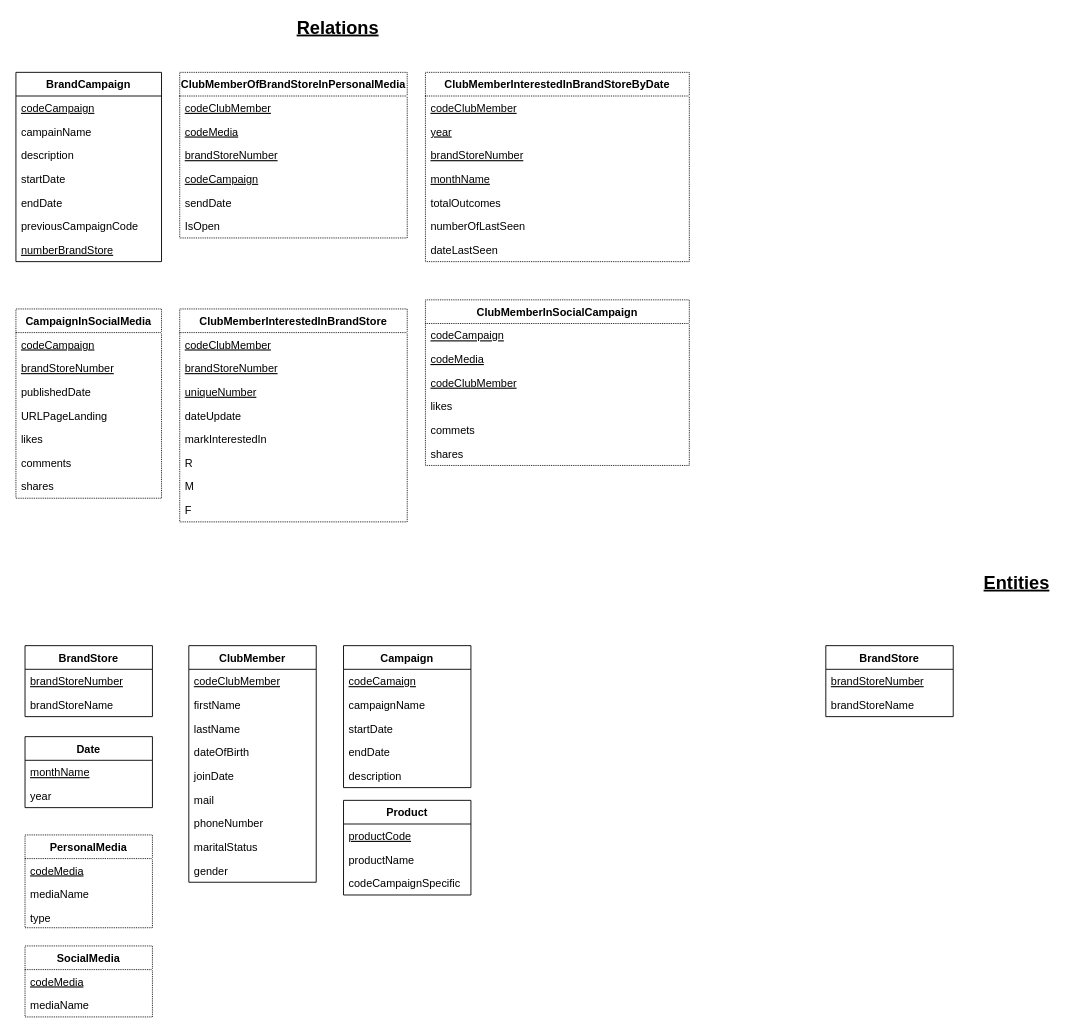
Before: תרגיל בית 1 עד ה18.11/Tables_HW1.drawio in Kfir-G/DataBases-ERD_diagrams, a draw.io diagram. Source tidied: cells renumbered, new cells numbered last; positions are measured from the earlier drawing's top-left corner, leaving out a move shared by most shapes. Both pictures are drawn from the tidied source at 91%, with x=0, y=0 at pixel (15, 17).
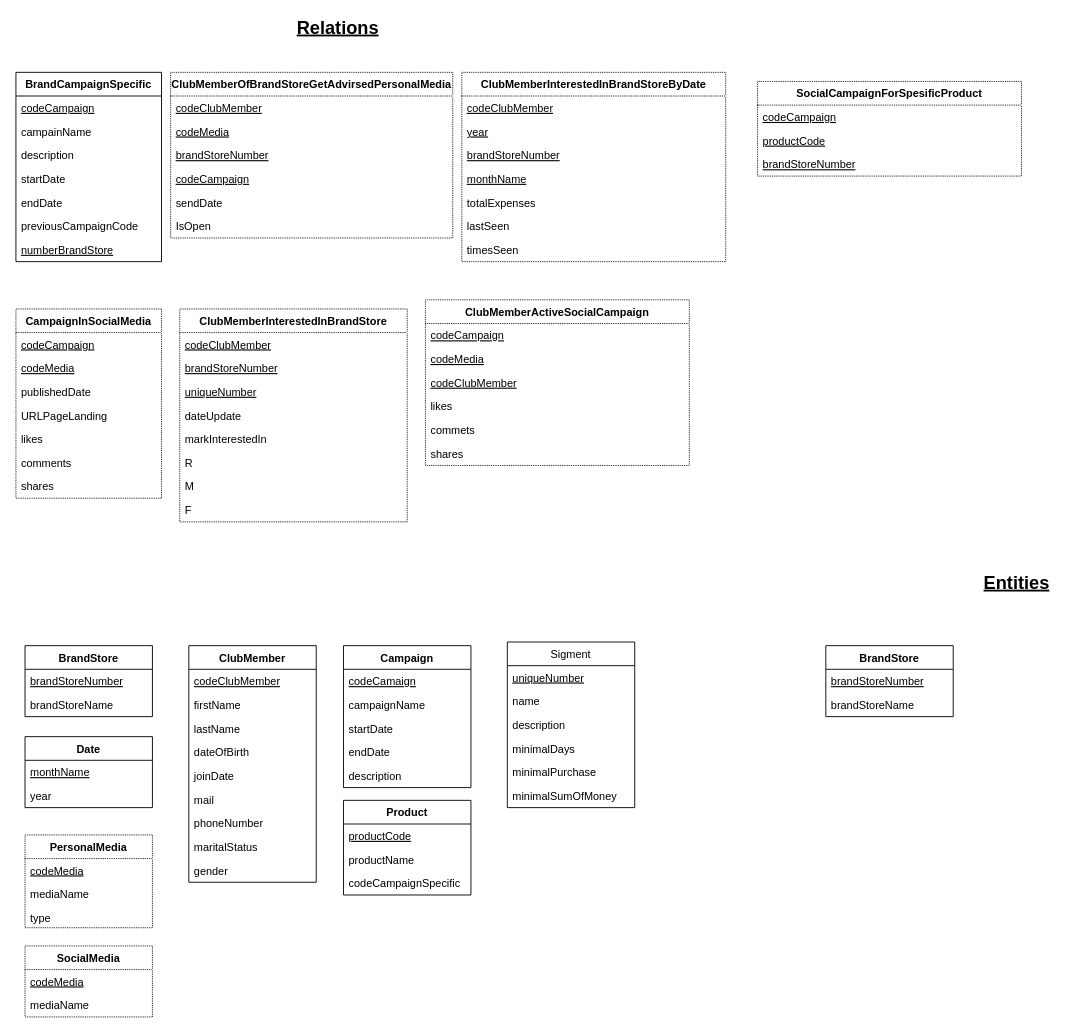
Above is the later version.

Unchanged cells that the change refers to:
```xml
<mxCell id="26" value="CampaignInSocialMedia" style="swimlane;fontStyle=1;align=center;verticalAlign=top;horizontal=1;startSize=26;dashed=1;dashPattern=1 1;" parent="1" vertex="1">
  <mxGeometry y="320" width="160" height="208" as="geometry" />
</mxCell>
```

Change to the diagram source:
```diff
@@
-    <mxCell id="2" value="BrandCampaign" style="swimlane;fontStyle=1;align=center;verticalAlign=top;horizontal=1;startSize=26;" parent="1" vertex="1">
+    <mxCell id="2" value="BrandCampaignSpecific" style="swimlane;fontStyle=1;align=center;verticalAlign=top;horizontal=1;startSize=26;" parent="1" vertex="1">
       <mxGeometry y="60" width="160" height="208" as="geometry" />
     </mxCell>
@@
-    <mxCell id="11" value="ClubMemberOfBrandStoreInPersonalMedia" style="swimlane;fontStyle=1;align=center;verticalAlign=top;horizontal=1;startSize=26;dashed=1;dashPattern=1 1;" parent="1" vertex="1">
-      <mxGeometry x="180" y="60" width="250" height="182" as="geometry" />
+    <mxCell id="11" value="ClubMemberOfBrandStoreGetAdvirsedPersonalMedia" style="swimlane;fontStyle=1;align=center;verticalAlign=top;horizontal=1;startSize=26;dashed=1;dashPattern=1 1;" parent="1" vertex="1">
+      <mxGeometry x="170" y="60" width="310" height="182" as="geometry" />
     </mxCell>
     <mxCell id="12" value="codeClubMember" style="text;strokeColor=none;fillColor=none;align=left;verticalAlign=top;spacingLeft=4;spacingRight=4;overflow=hidden;fontStyle=4;" parent="11" vertex="1">
-      <mxGeometry y="26" width="250" height="26" as="geometry" />
+      <mxGeometry y="26" width="310" height="26" as="geometry" />
     </mxCell>
     <mxCell id="13" value="codeMedia" style="text;strokeColor=none;fillColor=none;align=left;verticalAlign=top;spacingLeft=4;spacingRight=4;overflow=hidden;fontStyle=4;" parent="11" vertex="1">
-      <mxGeometry y="52" width="250" height="26" as="geometry" />
+      <mxGeometry y="52" width="310" height="26" as="geometry" />
     </mxCell>
     <mxCell id="14" value="brandStoreNumber" style="text;strokeColor=none;fillColor=none;align=left;verticalAlign=top;spacingLeft=4;spacingRight=4;overflow=hidden;fontStyle=4;" parent="11" vertex="1">
-      <mxGeometry y="78" width="250" height="26" as="geometry" />
+      <mxGeometry y="78" width="310" height="26" as="geometry" />
     </mxCell>
     <mxCell id="15" value="codeCampaign" style="text;strokeColor=none;fillColor=none;align=left;verticalAlign=top;spacingLeft=4;spacingRight=4;overflow=hidden;fontStyle=4;" parent="11" vertex="1">
-      <mxGeometry y="104" width="250" height="26" as="geometry" />
+      <mxGeometry y="104" width="310" height="26" as="geometry" />
     </mxCell>
     <mxCell id="16" value="sendDate" style="text;strokeColor=none;fillColor=none;align=left;verticalAlign=top;spacingLeft=4;spacingRight=4;overflow=hidden;fontStyle=0;" parent="11" vertex="1">
-      <mxGeometry y="130" width="250" height="26" as="geometry" />
+      <mxGeometry y="130" width="310" height="26" as="geometry" />
     </mxCell>
     <mxCell id="17" value="IsOpen" style="text;strokeColor=none;fillColor=none;align=left;verticalAlign=top;spacingLeft=4;spacingRight=4;overflow=hidden;fontStyle=0;" parent="11" vertex="1">
-      <mxGeometry y="156" width="250" height="26" as="geometry" />
+      <mxGeometry y="156" width="310" height="26" as="geometry" />
     </mxCell>
     <mxCell id="18" value="ClubMemberInterestedInBrandStoreByDate" style="swimlane;fontStyle=1;align=center;verticalAlign=top;horizontal=1;startSize=26;dashed=1;dashPattern=1 1;" parent="1" vertex="1">
-      <mxGeometry x="450" y="60" width="290" height="208" as="geometry" />
+      <mxGeometry x="490" y="60" width="290" height="208" as="geometry" />
     </mxCell>
@@
-    <mxCell id="23" value="totalOutcomes" style="text;strokeColor=none;fillColor=none;align=left;verticalAlign=top;spacingLeft=4;spacingRight=4;overflow=hidden;fontStyle=0;" parent="18" vertex="1">
+    <mxCell id="23" value="totalExpenses" style="text;strokeColor=none;fillColor=none;align=left;verticalAlign=top;spacingLeft=4;spacingRight=4;overflow=hidden;fontStyle=0;" parent="18" vertex="1">
       <mxGeometry y="130" width="290" height="26" as="geometry" />
     </mxCell>
-    <mxCell id="24" value="numberOfLastSeen" style="text;strokeColor=none;fillColor=none;align=left;verticalAlign=top;spacingLeft=4;spacingRight=4;overflow=hidden;fontStyle=0;" parent="18" vertex="1">
+    <mxCell id="24" value="lastSeen" style="text;strokeColor=none;fillColor=none;align=left;verticalAlign=top;spacingLeft=4;spacingRight=4;overflow=hidden;fontStyle=0;" parent="18" vertex="1">
       <mxGeometry y="156" width="290" height="26" as="geometry" />
     </mxCell>
-    <mxCell id="25" value="dateLastSeen" style="text;strokeColor=none;fillColor=none;align=left;verticalAlign=top;spacingLeft=4;spacingRight=4;overflow=hidden;fontStyle=0;" parent="18" vertex="1">
+    <mxCell id="25" value="timesSeen" style="text;strokeColor=none;fillColor=none;align=left;verticalAlign=top;spacingLeft=4;spacingRight=4;overflow=hidden;fontStyle=0;" parent="18" vertex="1">
       <mxGeometry y="182" width="290" height="26" as="geometry" />
     </mxCell>
@@
-    <mxCell id="28" value="brandStoreNumber" style="text;strokeColor=none;fillColor=none;align=left;verticalAlign=top;spacingLeft=4;spacingRight=4;overflow=hidden;fontStyle=4;" parent="26" vertex="1">
+    <mxCell id="28" value="codeMedia" style="text;strokeColor=none;fillColor=none;align=left;verticalAlign=top;spacingLeft=4;spacingRight=4;overflow=hidden;fontStyle=4;" parent="26" vertex="1">
       <mxGeometry y="52" width="160" height="26" as="geometry" />
     </mxCell>
@@
-    <mxCell id="43" value="ClubMemberInSocialCampaign" style="swimlane;fontStyle=1;align=center;verticalAlign=top;horizontal=1;startSize=26;dashed=1;dashPattern=1 1;" parent="1" vertex="1">
+    <mxCell id="43" value="ClubMemberActiveSocialCampaign" style="swimlane;fontStyle=1;align=center;verticalAlign=top;horizontal=1;startSize=26;dashed=1;dashPattern=1 1;" parent="1" vertex="1">
       <mxGeometry x="450" y="310" width="290" height="182" as="geometry" />
     </mxCell>
@@
+    <mxCell id="87" value="Sigment" style="swimlane;fontStyle=0;horizontal=1;startSize=26;fillColor=none;" parent="1" vertex="1">
+      <mxGeometry x="540" y="686" width="140" height="182" as="geometry" />
+    </mxCell>
+    <mxCell id="88" value="uniqueNumber" style="text;strokeColor=none;fillColor=none;align=left;verticalAlign=top;spacingLeft=4;spacingRight=4;overflow=hidden;fontStyle=4;" parent="87" vertex="1">
+      <mxGeometry y="26" width="140" height="26" as="geometry" />
+    </mxCell>
+    <mxCell id="89" value="name" style="text;strokeColor=none;fillColor=none;align=left;verticalAlign=top;spacingLeft=4;spacingRight=4;overflow=hidden;" parent="87" vertex="1">
+      <mxGeometry y="52" width="140" height="26" as="geometry" />
+    </mxCell>
+    <mxCell id="90" value="description" style="text;strokeColor=none;fillColor=none;align=left;verticalAlign=top;spacingLeft=4;spacingRight=4;overflow=hidden;" parent="87" vertex="1">
+      <mxGeometry y="78" width="140" height="26" as="geometry" />
+    </mxCell>
+    <mxCell id="91" value="minimalDays" style="text;strokeColor=none;fillColor=none;align=left;verticalAlign=top;spacingLeft=4;spacingRight=4;overflow=hidden;" parent="87" vertex="1">
+      <mxGeometry y="104" width="140" height="26" as="geometry" />
+    </mxCell>
+    <mxCell id="92" value="minimalPurchase" style="text;strokeColor=none;fillColor=none;align=left;verticalAlign=top;spacingLeft=4;spacingRight=4;overflow=hidden;" parent="87" vertex="1">
+      <mxGeometry y="130" width="140" height="26" as="geometry" />
+    </mxCell>
+    <mxCell id="93" value="minimalSumOfMoney" style="text;strokeColor=none;fillColor=none;align=left;verticalAlign=top;spacingLeft=4;spacingRight=4;overflow=hidden;" parent="87" vertex="1">
+      <mxGeometry y="156" width="140" height="26" as="geometry" />
+    </mxCell>
+    <mxCell id="94" value="SocialCampaignForSpesificProduct" style="swimlane;fontStyle=1;align=center;verticalAlign=top;horizontal=1;startSize=26;dashed=1;dashPattern=1 1;" parent="1" vertex="1">
+      <mxGeometry x="815" y="70" width="290" height="104" as="geometry" />
+    </mxCell>
+    <mxCell id="95" value="codeCampaign" style="text;strokeColor=none;fillColor=none;align=left;verticalAlign=top;spacingLeft=4;spacingRight=4;overflow=hidden;fontStyle=4;" parent="94" vertex="1">
+      <mxGeometry y="26" width="290" height="26" as="geometry" />
+    </mxCell>
+    <mxCell id="96" value="productCode" style="text;strokeColor=none;fillColor=none;align=left;verticalAlign=top;spacingLeft=4;spacingRight=4;overflow=hidden;fontStyle=4;" parent="94" vertex="1">
+      <mxGeometry y="52" width="290" height="26" as="geometry" />
+    </mxCell>
+    <mxCell id="97" value="brandStoreNumber" style="text;strokeColor=none;fillColor=none;align=left;verticalAlign=top;spacingLeft=4;spacingRight=4;overflow=hidden;fontStyle=4;" parent="94" vertex="1">
+      <mxGeometry y="78" width="290" height="26" as="geometry" />
+    </mxCell>
```
